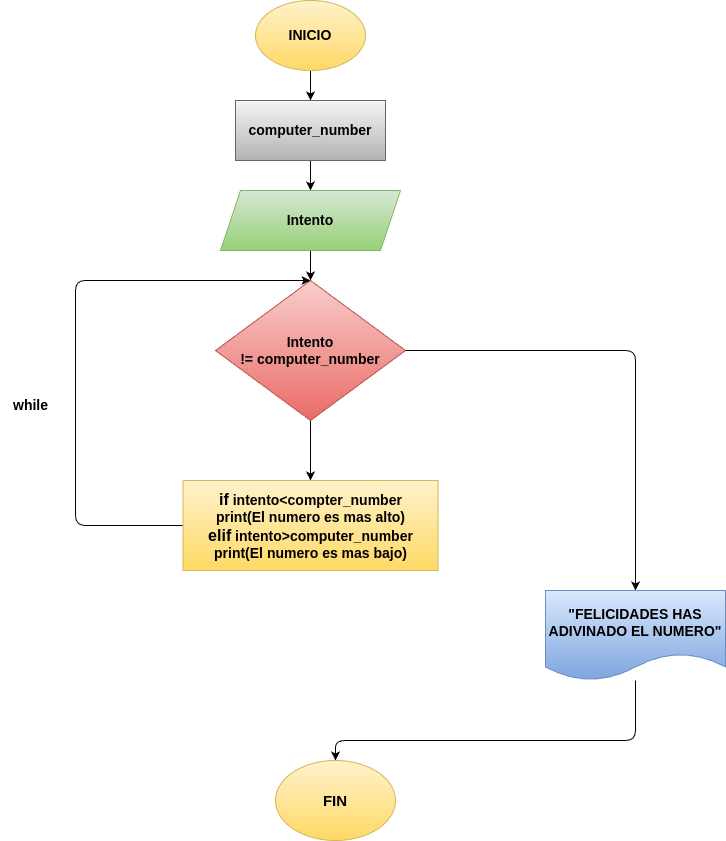
Earlier version of the draw.io export Ejercicio_3/diagrama.png (andrespinillacolegioguanenta/INTRUCCIONES_REP). Source tidied: cells renumbered, new cells last; positions are measured from the earlier drawing's top-left corner, leaving out a move shared by most shapes. Its diagram source:
```xml
<mxGraphModel>
  <root>
    <mxCell id="0" />
    <mxCell id="1" parent="0" />
    <mxCell id="2" style="edgeStyle=none;html=1;" parent="1" edge="1" source="3" target="5">
      <mxGeometry relative="1" as="geometry" />
    </mxCell>
    <mxCell id="3" value="&lt;b&gt;&lt;font style=&quot;font-size: 14px;&quot;&gt;INICIO&lt;/font&gt;&lt;/b&gt;" style="ellipse;whiteSpace=wrap;html=1;fillColor=#fff2cc;gradientColor=#ffd966;strokeColor=#d6b656;" parent="1" vertex="1">
      <mxGeometry x="255" width="110" height="70" as="geometry" />
    </mxCell>
    <mxCell id="4" style="edgeStyle=none;html=1;" parent="1" edge="1" source="5" target="7">
      <mxGeometry relative="1" as="geometry" />
    </mxCell>
    <mxCell id="5" value="&lt;span style=&quot;scrollbar-color: rgb(226, 226, 226) rgb(251, 251, 251);&quot;&gt;&lt;font style=&quot;scrollbar-color: rgb(226, 226, 226) rgb(251, 251, 251); font-size: 14px; color: rgb(0, 0, 0);&quot;&gt;computer_number&lt;/font&gt;&lt;/span&gt;" style="rounded=0;whiteSpace=wrap;html=1;fontStyle=1;fillColor=#f5f5f5;gradientColor=#b3b3b3;strokeColor=#666666;" parent="1" vertex="1">
      <mxGeometry x="235" y="100" width="150" height="60" as="geometry" />
    </mxCell>
    <mxCell id="6" style="edgeStyle=none;html=1;" parent="1" edge="1" source="7" target="10">
      <mxGeometry relative="1" as="geometry" />
    </mxCell>
    <mxCell id="7" value="Intento" style="shape=parallelogram;perimeter=parallelogramPerimeter;whiteSpace=wrap;html=1;fixedSize=1;fontStyle=1;fontSize=14;fillColor=#d5e8d4;gradientColor=#97d077;strokeColor=#82b366;" parent="1" vertex="1">
      <mxGeometry x="220" y="190" width="180" height="60" as="geometry" />
    </mxCell>
    <mxCell id="8" style="edgeStyle=none;html=1;" parent="1" edge="1" source="10" target="12">
      <mxGeometry relative="1" as="geometry" />
    </mxCell>
    <mxCell id="9" style="edgeStyle=none;html=1;entryX=0.5;entryY=0;entryDx=0;entryDy=0;" parent="1" edge="1" source="10" target="14">
      <mxGeometry relative="1" as="geometry">
        <Array as="points">
          <mxPoint x="635" y="350" />
        </Array>
      </mxGeometry>
    </mxCell>
    <mxCell id="10" value="&lt;span style=&quot;color: rgb(0, 0, 0); font-size: 14px; font-weight: 700;&quot;&gt;Intento !=&amp;nbsp;&lt;/span&gt;&lt;b style=&quot;scrollbar-color: rgb(226, 226, 226) rgb(251, 251, 251);&quot;&gt;&lt;font style=&quot;scrollbar-color: rgb(226, 226, 226) rgb(251, 251, 251); font-size: 14px; color: rgb(0, 0, 0);&quot;&gt;computer_number&lt;/font&gt;&lt;/b&gt;" style="rhombus;whiteSpace=wrap;html=1;fillColor=#f8cecc;gradientColor=#ea6b66;strokeColor=#b85450;" parent="1" vertex="1">
      <mxGeometry x="215" y="280" width="190" height="140" as="geometry" />
    </mxCell>
    <mxCell id="11" style="edgeStyle=none;html=1;entryX=0.5;entryY=0;entryDx=0;entryDy=0;" parent="1" edge="1" source="12" target="10">
      <mxGeometry relative="1" as="geometry">
        <Array as="points">
          <mxPoint x="75" y="525" />
          <mxPoint x="75" y="280" />
        </Array>
      </mxGeometry>
    </mxCell>
    <mxCell id="12" value="&lt;font style=&quot;color: rgb(0, 0, 0);&quot;&gt;&lt;font style=&quot;font-size: 16px;&quot;&gt;if&lt;/font&gt; intento&amp;lt;compter_number&lt;/font&gt;&lt;div&gt;&lt;font style=&quot;color: rgb(0, 0, 0);&quot;&gt;print(El numero es mas alto)&lt;/font&gt;&lt;/div&gt;&lt;div&gt;&lt;font style=&quot;color: rgb(0, 0, 0);&quot;&gt;&lt;font style=&quot;font-size: 16px;&quot;&gt;elif&lt;/font&gt; intento&amp;gt;computer_number&lt;/font&gt;&lt;/div&gt;&lt;div&gt;&lt;font style=&quot;color: rgb(0, 0, 0);&quot;&gt;print(El numero es mas bajo)&lt;/font&gt;&lt;/div&gt;" style="rounded=0;whiteSpace=wrap;html=1;fontStyle=1;fontSize=14;fillColor=#fff2cc;gradientColor=#ffd966;strokeColor=#d6b656;" parent="1" vertex="1">
      <mxGeometry x="182.5" y="480" width="255" height="90" as="geometry" />
    </mxCell>
    <mxCell id="13" style="edgeStyle=none;html=1;entryX=0.5;entryY=0;entryDx=0;entryDy=0;" parent="1" edge="1" source="14" target="15">
      <mxGeometry relative="1" as="geometry">
        <Array as="points">
          <mxPoint x="635" y="740" />
          <mxPoint x="335" y="740" />
        </Array>
      </mxGeometry>
    </mxCell>
    <mxCell id="14" value="&quot;FELICIDADES HAS ADIVINADO EL NUMERO&quot;" style="shape=document;whiteSpace=wrap;html=1;boundedLbl=1;fontStyle=1;fontSize=14;fillColor=#dae8fc;gradientColor=#7ea6e0;strokeColor=#6c8ebf;" parent="1" vertex="1">
      <mxGeometry x="545" y="590" width="180" height="90" as="geometry" />
    </mxCell>
    <mxCell id="15" value="&lt;span&gt;&lt;font style=&quot;font-size: 15px; color: rgb(0, 0, 0);&quot;&gt;FIN&lt;/font&gt;&lt;/span&gt;" style="ellipse;whiteSpace=wrap;html=1;fontStyle=1;fillColor=#fff2cc;gradientColor=#ffd966;strokeColor=#d6b656;" parent="1" vertex="1">
      <mxGeometry x="275" y="760" width="120" height="80" as="geometry" />
    </mxCell>
    <mxCell id="16" value="while" style="text;html=1;align=center;verticalAlign=middle;strokeColor=none;fillColor=none;fontStyle=1;fontSize=14;" parent="1" vertex="1">
      <mxGeometry y="390" width="60" height="30" as="geometry" />
    </mxCell>
  </root>
</mxGraphModel>
```
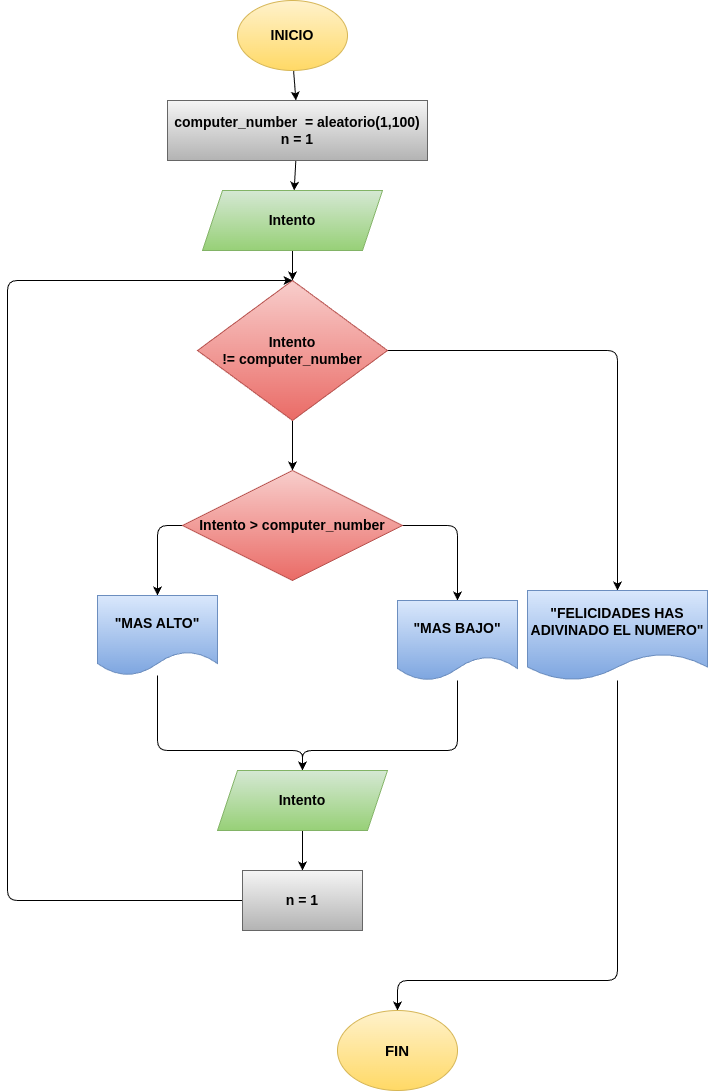
Later version of the same file.

What changed in the source:
```diff
@@ -11,8 +11,8 @@
     <mxCell id="4" style="edgeStyle=none;html=1;" parent="1" edge="1" source="5" target="7">
       <mxGeometry relative="1" as="geometry" />
     </mxCell>
-    <mxCell id="5" value="&lt;span style=&quot;scrollbar-color: rgb(226, 226, 226) rgb(251, 251, 251);&quot;&gt;&lt;font style=&quot;scrollbar-color: rgb(226, 226, 226) rgb(251, 251, 251); font-size: 14px; color: rgb(0, 0, 0);&quot;&gt;computer_number&lt;/font&gt;&lt;/span&gt;" style="rounded=0;whiteSpace=wrap;html=1;fontStyle=1;fillColor=#f5f5f5;gradientColor=#b3b3b3;strokeColor=#666666;" parent="1" vertex="1">
-      <mxGeometry x="235" y="100" width="150" height="60" as="geometry" />
+    <mxCell id="5" value="&lt;span style=&quot;scrollbar-color: rgb(226, 226, 226) rgb(251, 251, 251);&quot;&gt;&lt;font style=&quot;scrollbar-color: rgb(226, 226, 226) rgb(251, 251, 251); font-size: 14px; color: rgb(0, 0, 0);&quot;&gt;computer_number&amp;nbsp; = aleatorio(1,100)&lt;/font&gt;&lt;/span&gt;&lt;div&gt;&lt;span style=&quot;scrollbar-color: rgb(226, 226, 226) rgb(251, 251, 251);&quot;&gt;&lt;font style=&quot;scrollbar-color: rgb(226, 226, 226) rgb(251, 251, 251); font-size: 14px; color: rgb(0, 0, 0);&quot;&gt;n = 1&lt;/font&gt;&lt;/span&gt;&lt;/div&gt;" style="rounded=0;whiteSpace=wrap;html=1;fontStyle=1;fillColor=#f5f5f5;gradientColor=#b3b3b3;strokeColor=#666666;" parent="1" vertex="1">
+      <mxGeometry x="185" y="100" width="260" height="60" as="geometry" />
     </mxCell>
     <mxCell id="6" style="edgeStyle=none;html=1;" parent="1" edge="1" source="7" target="10">
       <mxGeometry relative="1" as="geometry" />
@@ -20,9 +20,6 @@
     <mxCell id="7" value="Intento" style="shape=parallelogram;perimeter=parallelogramPerimeter;whiteSpace=wrap;html=1;fixedSize=1;fontStyle=1;fontSize=14;fillColor=#d5e8d4;gradientColor=#97d077;strokeColor=#82b366;" parent="1" vertex="1">
       <mxGeometry x="220" y="190" width="180" height="60" as="geometry" />
     </mxCell>
-    <mxCell id="8" style="edgeStyle=none;html=1;" parent="1" edge="1" source="10" target="12">
-      <mxGeometry relative="1" as="geometry" />
-    </mxCell>
     <mxCell id="9" style="edgeStyle=none;html=1;entryX=0.5;entryY=0;entryDx=0;entryDy=0;" parent="1" edge="1" source="10" target="14">
       <mxGeometry relative="1" as="geometry">
         <Array as="points">
@@ -30,25 +27,17 @@
         </Array>
       </mxGeometry>
     </mxCell>
+    <mxCell id="17" style="edgeStyle=none;html=1;" parent="1" edge="1" source="10" target="20">
+      <mxGeometry relative="1" as="geometry" />
+    </mxCell>
     <mxCell id="10" value="&lt;span style=&quot;color: rgb(0, 0, 0); font-size: 14px; font-weight: 700;&quot;&gt;Intento !=&amp;nbsp;&lt;/span&gt;&lt;b style=&quot;scrollbar-color: rgb(226, 226, 226) rgb(251, 251, 251);&quot;&gt;&lt;font style=&quot;scrollbar-color: rgb(226, 226, 226) rgb(251, 251, 251); font-size: 14px; color: rgb(0, 0, 0);&quot;&gt;computer_number&lt;/font&gt;&lt;/b&gt;" style="rhombus;whiteSpace=wrap;html=1;fillColor=#f8cecc;gradientColor=#ea6b66;strokeColor=#b85450;" parent="1" vertex="1">
       <mxGeometry x="215" y="280" width="190" height="140" as="geometry" />
     </mxCell>
-    <mxCell id="11" style="edgeStyle=none;html=1;entryX=0.5;entryY=0;entryDx=0;entryDy=0;" parent="1" edge="1" source="12" target="10">
-      <mxGeometry relative="1" as="geometry">
-        <Array as="points">
-          <mxPoint x="75" y="525" />
-          <mxPoint x="75" y="280" />
-        </Array>
-      </mxGeometry>
-    </mxCell>
-    <mxCell id="12" value="&lt;font style=&quot;color: rgb(0, 0, 0);&quot;&gt;&lt;font style=&quot;font-size: 16px;&quot;&gt;if&lt;/font&gt; intento&amp;lt;compter_number&lt;/font&gt;&lt;div&gt;&lt;font style=&quot;color: rgb(0, 0, 0);&quot;&gt;print(El numero es mas alto)&lt;/font&gt;&lt;/div&gt;&lt;div&gt;&lt;font style=&quot;color: rgb(0, 0, 0);&quot;&gt;&lt;font style=&quot;font-size: 16px;&quot;&gt;elif&lt;/font&gt; intento&amp;gt;computer_number&lt;/font&gt;&lt;/div&gt;&lt;div&gt;&lt;font style=&quot;color: rgb(0, 0, 0);&quot;&gt;print(El numero es mas bajo)&lt;/font&gt;&lt;/div&gt;" style="rounded=0;whiteSpace=wrap;html=1;fontStyle=1;fontSize=14;fillColor=#fff2cc;gradientColor=#ffd966;strokeColor=#d6b656;" parent="1" vertex="1">
-      <mxGeometry x="182.5" y="480" width="255" height="90" as="geometry" />
-    </mxCell>
     <mxCell id="13" style="edgeStyle=none;html=1;entryX=0.5;entryY=0;entryDx=0;entryDy=0;" parent="1" edge="1" source="14" target="15">
       <mxGeometry relative="1" as="geometry">
         <Array as="points">
-          <mxPoint x="635" y="740" />
-          <mxPoint x="335" y="740" />
+          <mxPoint x="635" y="980" />
+          <mxPoint x="415" y="980" />
         </Array>
       </mxGeometry>
     </mxCell>
@@ -56,10 +45,63 @@
       <mxGeometry x="545" y="590" width="180" height="90" as="geometry" />
     </mxCell>
     <mxCell id="15" value="&lt;span&gt;&lt;font style=&quot;font-size: 15px; color: rgb(0, 0, 0);&quot;&gt;FIN&lt;/font&gt;&lt;/span&gt;" style="ellipse;whiteSpace=wrap;html=1;fontStyle=1;fillColor=#fff2cc;gradientColor=#ffd966;strokeColor=#d6b656;" parent="1" vertex="1">
-      <mxGeometry x="275" y="760" width="120" height="80" as="geometry" />
+      <mxGeometry x="355" y="1010" width="120" height="80" as="geometry" />
     </mxCell>
-    <mxCell id="16" value="while" style="text;html=1;align=center;verticalAlign=middle;strokeColor=none;fillColor=none;fontStyle=1;fontSize=14;" parent="1" vertex="1">
-      <mxGeometry y="390" width="60" height="30" as="geometry" />
-    </mxCell>
+    <mxCell id="18" style="edgeStyle=none;html=1;entryX=0.5;entryY=0;entryDx=0;entryDy=0;" parent="1" edge="1" source="20" target="24">
+      <mxGeometry relative="1" as="geometry">
+        <Array as="points">
+          <mxPoint x="475" y="525" />
+        </Array>
+      </mxGeometry>
+    </mxCell>
+    <mxCell id="19" style="edgeStyle=none;html=1;entryX=0.5;entryY=0;entryDx=0;entryDy=0;" parent="1" edge="1" source="20" target="22">
+      <mxGeometry relative="1" as="geometry">
+        <Array as="points">
+          <mxPoint x="175" y="525" />
+        </Array>
+      </mxGeometry>
+    </mxCell>
+    <mxCell id="20" value="&lt;span style=&quot;scrollbar-color: rgb(226, 226, 226) rgb(251, 251, 251); font-size: 14px; font-weight: 700; color: rgb(0, 0, 0);&quot;&gt;Intento &amp;gt;&amp;nbsp;&lt;/span&gt;&lt;b style=&quot;color: rgb(63, 63, 63); scrollbar-color: rgb(226, 226, 226) rgb(251, 251, 251);&quot;&gt;&lt;font style=&quot;scrollbar-color: rgb(226, 226, 226) rgb(251, 251, 251); font-size: 14px; color: rgb(0, 0, 0);&quot;&gt;computer_number&lt;/font&gt;&lt;/b&gt;" style="rhombus;whiteSpace=wrap;html=1;fillColor=#f8cecc;gradientColor=#ea6b66;strokeColor=#b85450;" parent="1" vertex="1">
+      <mxGeometry x="200" y="470" width="220" height="110" as="geometry" />
+    </mxCell>
+    <mxCell id="21" style="edgeStyle=none;html=1;entryX=0.5;entryY=0;entryDx=0;entryDy=0;" parent="1" edge="1" source="22" target="26">
+      <mxGeometry relative="1" as="geometry">
+        <Array as="points">
+          <mxPoint x="175" y="750" />
+          <mxPoint x="320" y="750" />
+        </Array>
+      </mxGeometry>
+    </mxCell>
+    <mxCell id="22" value="&lt;b&gt;&lt;font style=&quot;font-size: 14px; color: rgb(0, 0, 0);&quot;&gt;&quot;MAS ALTO&quot;&lt;/font&gt;&lt;/b&gt;" style="shape=document;whiteSpace=wrap;html=1;boundedLbl=1;fillColor=#dae8fc;gradientColor=#7ea6e0;strokeColor=#6c8ebf;" parent="1" vertex="1">
+      <mxGeometry x="115" y="595" width="120" height="80" as="geometry" />
+    </mxCell>
+    <mxCell id="23" style="edgeStyle=none;html=1;entryX=0.5;entryY=0;entryDx=0;entryDy=0;" parent="1" edge="1" source="24" target="26">
+      <mxGeometry relative="1" as="geometry">
+        <Array as="points">
+          <mxPoint x="475" y="750" />
+          <mxPoint x="320" y="750" />
+        </Array>
+      </mxGeometry>
+    </mxCell>
+    <mxCell id="24" value="&lt;b&gt;&lt;font style=&quot;font-size: 14px; color: rgb(0, 0, 0);&quot;&gt;&quot;MAS BAJO&quot;&lt;/font&gt;&lt;/b&gt;" style="shape=document;whiteSpace=wrap;html=1;boundedLbl=1;fillColor=#dae8fc;gradientColor=#7ea6e0;strokeColor=#6c8ebf;" parent="1" vertex="1">
+      <mxGeometry x="415" y="600" width="120" height="80" as="geometry" />
+    </mxCell>
+    <mxCell id="25" style="edgeStyle=none;html=1;" parent="1" edge="1" source="26" target="28">
+      <mxGeometry relative="1" as="geometry" />
+    </mxCell>
+    <mxCell id="26" value="&lt;b&gt;&lt;font style=&quot;font-size: 14px; color: rgb(0, 0, 0);&quot;&gt;Intento&lt;/font&gt;&lt;/b&gt;" style="shape=parallelogram;perimeter=parallelogramPerimeter;whiteSpace=wrap;html=1;fixedSize=1;fillColor=#d5e8d4;gradientColor=#97d077;strokeColor=#82b366;" parent="1" vertex="1">
+      <mxGeometry x="235" y="770" width="170" height="60" as="geometry" />
+    </mxCell>
+    <mxCell id="27" style="edgeStyle=none;html=1;entryX=0.5;entryY=0;entryDx=0;entryDy=0;" parent="1" edge="1" source="28" target="10">
+      <mxGeometry relative="1" as="geometry">
+        <Array as="points">
+          <mxPoint x="25" y="900" />
+          <mxPoint x="25" y="280" />
+        </Array>
+      </mxGeometry>
+    </mxCell>
+    <mxCell id="28" value="&lt;b&gt;&lt;font style=&quot;font-size: 14px;&quot;&gt;n = 1&lt;/font&gt;&lt;/b&gt;" style="rounded=0;whiteSpace=wrap;html=1;fillColor=#f5f5f5;gradientColor=#b3b3b3;strokeColor=#666666;" parent="1" vertex="1">
+      <mxGeometry x="260" y="870" width="120" height="60" as="geometry" />
+    </mxCell>
   </root>
 </mxGraphModel>
```
